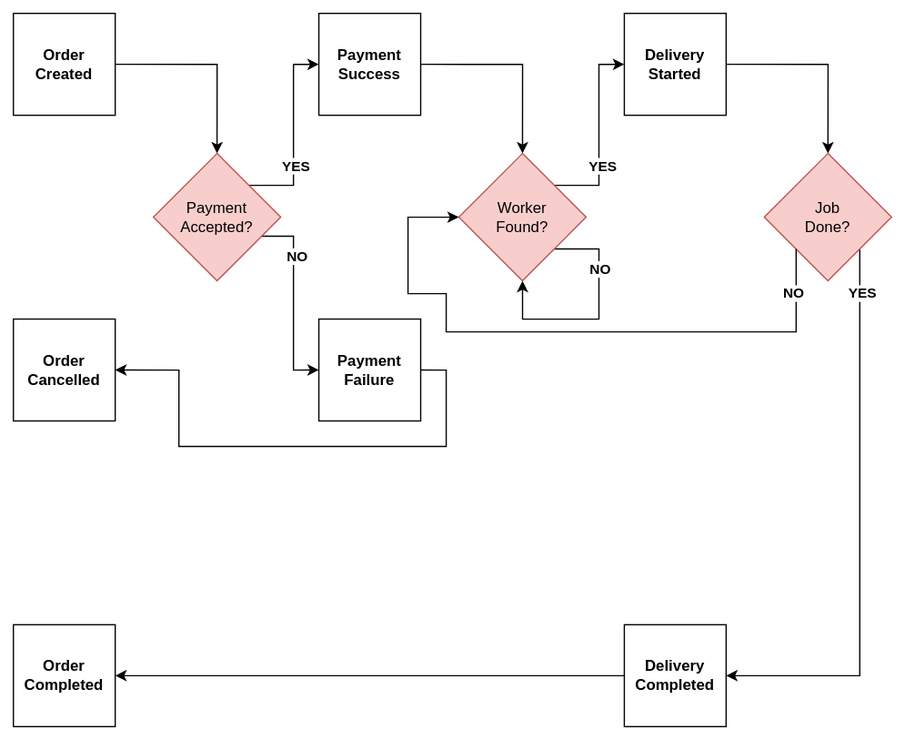
Before: Diagrams/EventFlow.drawio.svg, a diagram exported from draw.io (dleclercpro/EventDrivenArchitecturePlayground). Source tidied: cells renumbered, new cells last; positions are measured from the earlier drawing's top-left corner, leaving out a move shared by most shapes.
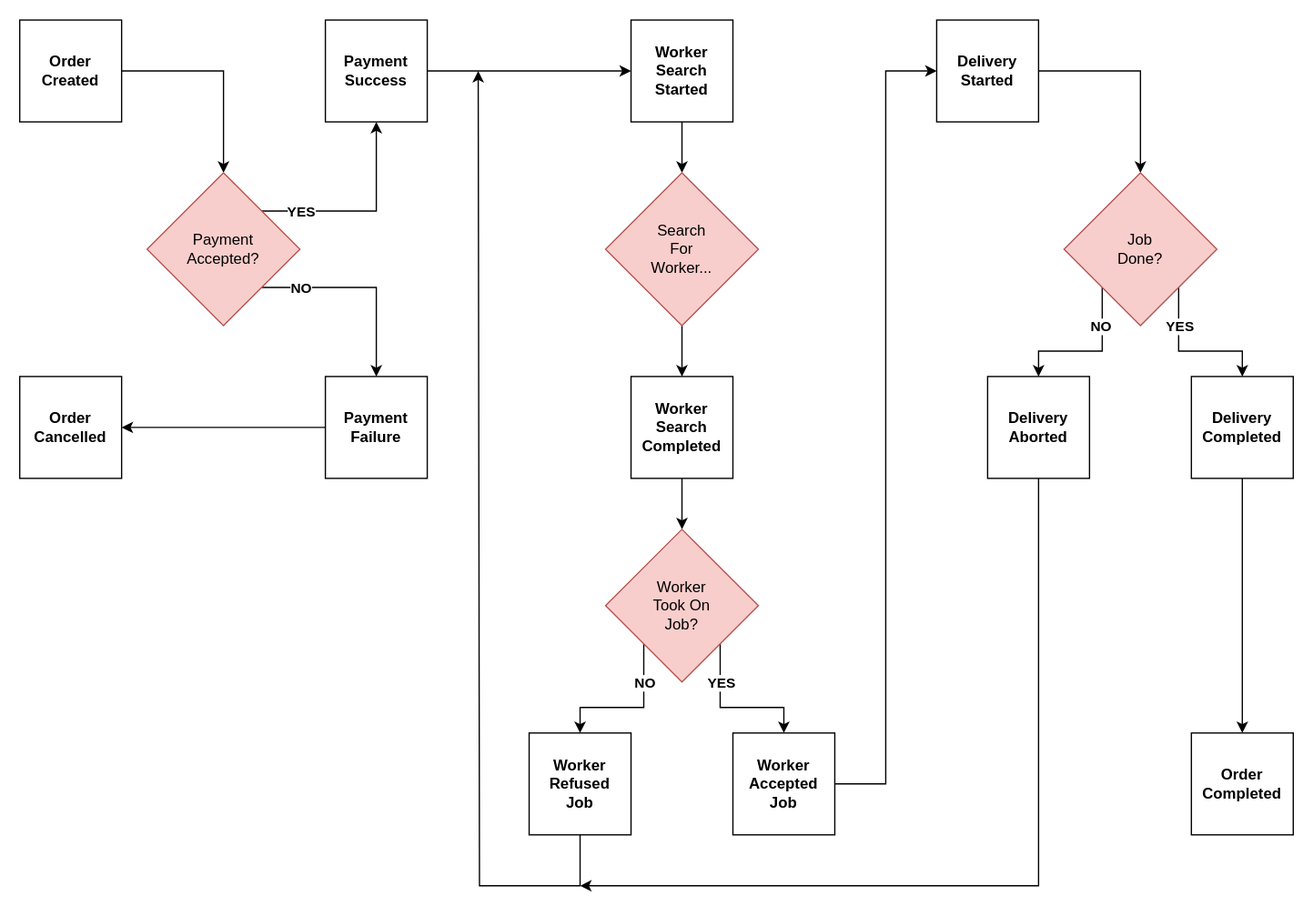
After the change.

Commit message:
New diagram representing flow with new events.

What changed in the source:
```diff
@@ -5,138 +5,153 @@
     <mxCell id="2" style="edgeStyle=orthogonalEdgeStyle;rounded=0;jettySize=auto;html=1;exitX=1;exitY=0.5;exitDx=0;exitDy=0;entryX=0.5;entryY=0;entryDx=0;entryDy=0;fontStyle=0;" parent="1" edge="1" source="3" target="18">
       <mxGeometry relative="1" as="geometry" />
     </mxCell>
-    <mxCell id="3" value="&lt;span&gt;Order&lt;br&gt;Created&lt;/span&gt;" style="whiteSpace=wrap;html=1;fontStyle=1;" parent="1" vertex="1">
+    <mxCell id="3" value="&lt;span&gt;Order&lt;br&gt;Created&lt;/span&gt;" style="whiteSpace=wrap;html=1;fontStyle=1;rounded=0;glass=0;" parent="1" vertex="1">
       <mxGeometry width="80" height="80" as="geometry" />
     </mxCell>
     <mxCell id="4" value="&lt;span&gt;Order&lt;br&gt;Cancelled&lt;/span&gt;" style="whiteSpace=wrap;html=1;fontStyle=1;" parent="1" vertex="1">
-      <mxGeometry y="240" width="80" height="80" as="geometry" />
+      <mxGeometry y="280" width="80" height="80" as="geometry" />
     </mxCell>
-    <mxCell id="5" style="edgeStyle=orthogonalEdgeStyle;rounded=0;jettySize=auto;html=1;exitX=1;exitY=0.5;exitDx=0;exitDy=0;entryX=0.5;entryY=0;entryDx=0;entryDy=0;fontStyle=0;" parent="1" edge="1" source="6" target="21">
+    <mxCell id="5" style="edgeStyle=orthogonalEdgeStyle;rounded=0;jettySize=auto;html=1;exitX=1;exitY=0.5;exitDx=0;exitDy=0;entryX=0.5;entryY=0;entryDx=0;entryDy=0;" parent="1" edge="1" source="6" target="21">
       <mxGeometry relative="1" as="geometry" />
     </mxCell>
     <mxCell id="6" value="&lt;span&gt;Delivery&lt;br&gt;Started&lt;/span&gt;" style="whiteSpace=wrap;html=1;fontStyle=1;" parent="1" vertex="1">
-      <mxGeometry x="480" width="80" height="80" as="geometry" />
+      <mxGeometry x="720" width="80" height="80" as="geometry" />
     </mxCell>
-    <mxCell id="7" style="edgeStyle=orthogonalEdgeStyle;rounded=0;jettySize=auto;html=1;entryX=1;entryY=0.5;entryDx=0;entryDy=0;fontStyle=0;" parent="1" edge="1" source="8" target="13">
+    <mxCell id="7" style="edgeStyle=orthogonalEdgeStyle;rounded=0;jettySize=auto;html=1;exitX=0.5;exitY=1;exitDx=0;exitDy=0;entryX=0.5;entryY=0;entryDx=0;entryDy=0;" parent="1" edge="1" source="8" target="13">
       <mxGeometry relative="1" as="geometry" />
     </mxCell>
     <mxCell id="8" value="&lt;span&gt;Delivery&lt;br&gt;Completed&lt;/span&gt;" style="whiteSpace=wrap;html=1;fontStyle=1;" parent="1" vertex="1">
-      <mxGeometry x="480" y="480" width="80" height="80" as="geometry" />
+      <mxGeometry x="920" y="280" width="80" height="80" as="geometry" />
     </mxCell>
-    <mxCell id="9" style="edgeStyle=orthogonalEdgeStyle;rounded=0;jettySize=auto;html=1;exitX=1;exitY=0.5;exitDx=0;exitDy=0;entryX=0.5;entryY=0;entryDx=0;entryDy=0;fontStyle=0;" parent="1" edge="1" source="10" target="26">
-      <mxGeometry relative="1" as="geometry" />
-    </mxCell>
+    <mxCell id="29" style="edgeStyle=orthogonalEdgeStyle;rounded=0;jettySize=auto;html=1;exitX=1;exitY=0.5;exitDx=0;exitDy=0;entryX=0;entryY=0.5;entryDx=0;entryDy=0;" parent="1" edge="1" source="10" target="33">
+      <mxGeometry relative="1" as="geometry" />
+    </mxCell>
     <mxCell id="10" value="&lt;span&gt;Payment&lt;br&gt;Success&lt;/span&gt;" style="whiteSpace=wrap;html=1;fontStyle=1;" parent="1" vertex="1">
       <mxGeometry x="240" width="80" height="80" as="geometry" />
     </mxCell>
-    <mxCell id="11" style="edgeStyle=orthogonalEdgeStyle;rounded=0;jettySize=auto;html=1;exitX=1;exitY=0.5;exitDx=0;exitDy=0;entryX=1;entryY=0.5;entryDx=0;entryDy=0;fontStyle=0;" parent="1" edge="1" source="12" target="4">
-      <mxGeometry relative="1" as="geometry">
-        <Array as="points">
-          <mxPoint x="340" y="280" />
-          <mxPoint x="340" y="340" />
-          <mxPoint x="130" y="340" />
-          <mxPoint x="130" y="280" />
-        </Array>
-      </mxGeometry>
+    <mxCell id="11" style="edgeStyle=orthogonalEdgeStyle;rounded=0;jettySize=auto;html=1;exitX=0;exitY=0.5;exitDx=0;exitDy=0;entryX=1;entryY=0.5;entryDx=0;entryDy=0;" parent="1" edge="1" source="12" target="4">
+      <mxGeometry relative="1" as="geometry" />
     </mxCell>
     <mxCell id="12" value="&lt;span&gt;Payment&lt;br&gt;Failure&lt;/span&gt;" style="whiteSpace=wrap;html=1;fontStyle=1;" parent="1" vertex="1">
-      <mxGeometry x="240" y="240" width="80" height="80" as="geometry" />
+      <mxGeometry x="240" y="280" width="80" height="80" as="geometry" />
     </mxCell>
     <mxCell id="13" value="&lt;span&gt;Order&lt;br&gt;Completed&lt;/span&gt;" style="whiteSpace=wrap;html=1;fontStyle=1;" parent="1" vertex="1">
-      <mxGeometry y="480" width="80" height="80" as="geometry" />
+      <mxGeometry x="920" y="560" width="80" height="80" as="geometry" />
     </mxCell>
-    <mxCell id="14" style="edgeStyle=orthogonalEdgeStyle;rounded=0;jettySize=auto;html=1;exitX=1;exitY=0;exitDx=0;exitDy=0;entryX=0;entryY=0.5;entryDx=0;entryDy=0;fontStyle=0;" parent="1" edge="1" source="18" target="10">
-      <mxGeometry relative="1" as="geometry">
-        <Array as="points">
-          <mxPoint x="220" y="135" />
-          <mxPoint x="220" y="40" />
-        </Array>
-      </mxGeometry>
+    <mxCell id="14" style="edgeStyle=orthogonalEdgeStyle;rounded=0;jettySize=auto;html=1;exitX=1;exitY=0;exitDx=0;exitDy=0;entryX=0.5;entryY=1;entryDx=0;entryDy=0;" parent="1" edge="1" source="18" target="10">
+      <mxGeometry relative="1" as="geometry" />
     </mxCell>
-    <mxCell id="15" value="YES" style="edgeLabel;html=1;align=center;verticalAlign=middle;fontStyle=1;" parent="14" vertex="1">
-      <mxGeometry x="0.01" y="-1" relative="1" as="geometry">
-        <mxPoint y="25" as="offset" />
-      </mxGeometry>
-    </mxCell>
+    <mxCell id="30" value="&lt;b&gt;YES&lt;/b&gt;" style="edgeLabel;html=1;align=center;verticalAlign=middle;" parent="14" vertex="1">
+      <mxGeometry x="-0.6" y="-3" relative="1" as="geometry">
+        <mxPoint x="-2" y="-3" as="offset" />
+      </mxGeometry>
+    </mxCell>
-    <mxCell id="16" style="edgeStyle=orthogonalEdgeStyle;rounded=0;jettySize=auto;html=1;exitX=1;exitY=1;exitDx=0;exitDy=0;entryX=0;entryY=0.5;entryDx=0;entryDy=0;fontStyle=0;" parent="1" edge="1" source="18" target="12">
-      <mxGeometry relative="1" as="geometry">
-        <Array as="points">
-          <mxPoint x="185" y="175" />
-          <mxPoint x="220" y="175" />
-          <mxPoint x="220" y="280" />
-        </Array>
-      </mxGeometry>
+    <mxCell id="16" style="edgeStyle=orthogonalEdgeStyle;rounded=0;jettySize=auto;html=1;exitX=1;exitY=1;exitDx=0;exitDy=0;entryX=0.5;entryY=0;entryDx=0;entryDy=0;" parent="1" edge="1" source="18" target="12">
+      <mxGeometry relative="1" as="geometry" />
     </mxCell>
-    <mxCell id="17" value="NO" style="edgeLabel;html=1;align=center;verticalAlign=middle;fontStyle=1;" parent="16" vertex="1">
-      <mxGeometry x="-0.1" y="2" relative="1" as="geometry">
-        <mxPoint y="-16" as="offset" />
-      </mxGeometry>
-    </mxCell>
+    <mxCell id="31" value="&lt;b&gt;NO&lt;/b&gt;" style="edgeLabel;html=1;align=center;verticalAlign=middle;" parent="16" vertex="1">
+      <mxGeometry x="-0.62" y="-4" relative="1" as="geometry">
+        <mxPoint x="-1" y="-4" as="offset" />
+      </mxGeometry>
+    </mxCell>
     <mxCell id="18" value="Payment&lt;br&gt;Accepted?" style="rhombus;whiteSpace=wrap;html=1;fillColor=#f8cecc;strokeColor=#b85450;fontStyle=0;" parent="1" vertex="1">
-      <mxGeometry x="110" y="110" width="100" height="100" as="geometry" />
+      <mxGeometry x="100" y="120" width="120" height="120" as="geometry" />
     </mxCell>
+    <mxCell id="32" style="edgeStyle=orthogonalEdgeStyle;rounded=0;jettySize=auto;html=1;exitX=0.5;exitY=1;exitDx=0;exitDy=0;entryX=0.5;entryY=0;entryDx=0;entryDy=0;" parent="1" edge="1" source="33" target="43">
+      <mxGeometry relative="1" as="geometry" />
+    </mxCell>
+    <mxCell id="33" value="Worker&lt;br&gt;Search&lt;br&gt;Started" style="whiteSpace=wrap;html=1;fontStyle=1;" parent="1" vertex="1">
+      <mxGeometry x="480" width="80" height="80" as="geometry" />
+    </mxCell>
+    <mxCell id="34" style="edgeStyle=orthogonalEdgeStyle;rounded=0;jettySize=auto;html=1;exitX=0.5;exitY=1;exitDx=0;exitDy=0;" parent="1" edge="1" source="35">
+      <mxGeometry relative="1" as="geometry">
+        <mxPoint x="440" y="680" as="targetPoint" />
+        <Array as="points">
+          <mxPoint x="800" y="680" />
+          <mxPoint x="440" y="680" />
+        </Array>
+      </mxGeometry>
+    </mxCell>
+    <mxCell id="35" value="Delivery&lt;br&gt;Aborted" style="whiteSpace=wrap;html=1;fontStyle=1;" parent="1" vertex="1">
+      <mxGeometry x="760" y="280" width="80" height="80" as="geometry" />
+    </mxCell>
+    <mxCell id="36" style="edgeStyle=orthogonalEdgeStyle;rounded=0;jettySize=auto;html=1;exitX=0.5;exitY=1;exitDx=0;exitDy=0;entryX=0.5;entryY=0;entryDx=0;entryDy=0;" parent="1" edge="1" source="37" target="48">
+      <mxGeometry relative="1" as="geometry" />
+    </mxCell>
+    <mxCell id="37" value="Worker&lt;br&gt;Search&lt;br&gt;Completed" style="whiteSpace=wrap;html=1;fontStyle=1;" parent="1" vertex="1">
+      <mxGeometry x="480" y="280" width="80" height="80" as="geometry" />
+    </mxCell>
+    <mxCell id="38" style="edgeStyle=orthogonalEdgeStyle;rounded=0;jettySize=auto;html=1;exitX=1;exitY=0.5;exitDx=0;exitDy=0;entryX=0;entryY=0.5;entryDx=0;entryDy=0;" parent="1" edge="1" source="39" target="6">
+      <mxGeometry relative="1" as="geometry">
+        <Array as="points">
+          <mxPoint x="680" y="600" />
+          <mxPoint x="680" y="40" />
+        </Array>
+      </mxGeometry>
+    </mxCell>
+    <mxCell id="39" value="Worker&lt;br&gt;Accepted&lt;br&gt;Job" style="whiteSpace=wrap;html=1;fontStyle=1;" parent="1" vertex="1">
+      <mxGeometry x="560" y="560" width="80" height="80" as="geometry" />
+    </mxCell>
+    <mxCell id="40" style="edgeStyle=orthogonalEdgeStyle;rounded=0;jettySize=auto;html=1;exitX=0.5;exitY=1;exitDx=0;exitDy=0;" parent="1" edge="1" source="41">
+      <mxGeometry relative="1" as="geometry">
+        <mxPoint x="360" y="40" as="targetPoint" />
+        <Array as="points">
+          <mxPoint x="440" y="680" />
+          <mxPoint x="361" y="680" />
+        </Array>
+      </mxGeometry>
+    </mxCell>
+    <mxCell id="41" value="Worker&lt;br&gt;Refused&lt;br&gt;Job" style="whiteSpace=wrap;html=1;fontStyle=1;" parent="1" vertex="1">
+      <mxGeometry x="400" y="560" width="80" height="80" as="geometry" />
+    </mxCell>
+    <mxCell id="42" style="edgeStyle=orthogonalEdgeStyle;rounded=0;jettySize=auto;html=1;exitX=0.5;exitY=1;exitDx=0;exitDy=0;entryX=0.5;entryY=0;entryDx=0;entryDy=0;" parent="1" edge="1" source="43" target="37">
+      <mxGeometry relative="1" as="geometry" />
+    </mxCell>
+    <mxCell id="43" value="Search&lt;br&gt;For&lt;br&gt;Worker..." style="rhombus;whiteSpace=wrap;html=1;fillColor=#f8cecc;strokeColor=#b85450;fontStyle=0;" parent="1" vertex="1">
+      <mxGeometry x="460" y="120" width="120" height="120" as="geometry" />
+    </mxCell>
+    <mxCell id="44" style="edgeStyle=orthogonalEdgeStyle;rounded=0;jettySize=auto;html=1;exitX=0;exitY=1;exitDx=0;exitDy=0;" parent="1" edge="1" source="48" target="41">
+      <mxGeometry relative="1" as="geometry" />
+    </mxCell>
+    <mxCell id="45" value="&lt;b&gt;NO&lt;/b&gt;" style="edgeLabel;html=1;align=center;verticalAlign=middle;" parent="44" vertex="1">
+      <mxGeometry x="-0.46" relative="1" as="geometry">
+        <mxPoint y="-2" as="offset" />
+      </mxGeometry>
+    </mxCell>
+    <mxCell id="46" style="edgeStyle=orthogonalEdgeStyle;rounded=0;jettySize=auto;html=1;exitX=1;exitY=1;exitDx=0;exitDy=0;entryX=0.5;entryY=0;entryDx=0;entryDy=0;" parent="1" edge="1" source="48" target="39">
+      <mxGeometry relative="1" as="geometry">
+        <Array as="points">
+          <mxPoint x="550" y="540" />
+          <mxPoint x="600" y="540" />
+        </Array>
+      </mxGeometry>
+    </mxCell>
+    <mxCell id="47" value="&lt;b&gt;YES&lt;/b&gt;" style="edgeLabel;html=1;align=center;verticalAlign=middle;" parent="46" vertex="1">
+      <mxGeometry x="-0.48" relative="1" as="geometry">
+        <mxPoint y="-1" as="offset" />
+      </mxGeometry>
+    </mxCell>
+    <mxCell id="48" value="Worker&lt;br&gt;Took On&lt;br&gt;Job?" style="rhombus;whiteSpace=wrap;html=1;fillColor=#f8cecc;strokeColor=#b85450;fontStyle=0;" parent="1" vertex="1">
+      <mxGeometry x="460" y="400" width="120" height="120" as="geometry" />
+    </mxCell>
+    <mxCell id="49" style="edgeStyle=orthogonalEdgeStyle;rounded=0;jettySize=auto;html=1;exitX=0;exitY=1;exitDx=0;exitDy=0;entryX=0.5;entryY=0;entryDx=0;entryDy=0;" parent="1" edge="1" source="21" target="35">
+      <mxGeometry relative="1" as="geometry" />
+    </mxCell>
+    <mxCell id="50" value="&lt;b&gt;NO&lt;br&gt;&lt;/b&gt;" style="edgeLabel;html=1;align=center;verticalAlign=middle;" parent="49" vertex="1">
+      <mxGeometry x="-0.48" y="-2" relative="1" as="geometry">
+        <mxPoint y="-1" as="offset" />
+      </mxGeometry>
+    </mxCell>
-    <mxCell id="19" style="edgeStyle=orthogonalEdgeStyle;rounded=0;jettySize=auto;html=1;exitX=1;exitY=1;exitDx=0;exitDy=0;entryX=1;entryY=0.5;entryDx=0;entryDy=0;fontStyle=0;" parent="1" edge="1" source="21" target="8">
-      <mxGeometry relative="1" as="geometry">
-        <Array as="points">
-          <mxPoint x="665" y="520" />
-        </Array>
-      </mxGeometry>
+    <mxCell id="19" style="edgeStyle=orthogonalEdgeStyle;rounded=0;jettySize=auto;html=1;exitX=1;exitY=1;exitDx=0;exitDy=0;" parent="1" edge="1" source="21" target="8">
+      <mxGeometry relative="1" as="geometry" />
     </mxCell>
-    <mxCell id="20" value="&lt;b&gt;YES&lt;/b&gt;" style="edgeLabel;html=1;align=center;verticalAlign=middle;" parent="19" vertex="1">
-      <mxGeometry x="-0.83" y="1" relative="1" as="geometry">
-        <mxPoint y="-3" as="offset" />
-      </mxGeometry>
-    </mxCell>
+    <mxCell id="51" value="&lt;b&gt;YES&lt;/b&gt;" style="edgeLabel;html=1;align=center;verticalAlign=middle;" parent="19" vertex="1">
+      <mxGeometry x="-0.56" y="-4" relative="1" as="geometry">
+        <mxPoint x="4" y="4" as="offset" />
+      </mxGeometry>
+    </mxCell>
     <mxCell id="21" value="Job&lt;br&gt;Done?" style="rhombus;whiteSpace=wrap;html=1;fillColor=#f8cecc;strokeColor=#b85450;fontStyle=0;" parent="1" vertex="1">
-      <mxGeometry x="590" y="110" width="100" height="100" as="geometry" />
+      <mxGeometry x="820" y="120" width="120" height="120" as="geometry" />
     </mxCell>
-    <mxCell id="22" style="edgeStyle=orthogonalEdgeStyle;rounded=0;jettySize=auto;html=1;exitX=1;exitY=0;exitDx=0;exitDy=0;entryX=0;entryY=0.5;entryDx=0;entryDy=0;fontStyle=0;" parent="1" edge="1" source="26" target="6">
-      <mxGeometry relative="1" as="geometry">
-        <Array as="points">
-          <mxPoint x="460" y="135" />
-          <mxPoint x="460" y="40" />
-        </Array>
-      </mxGeometry>
-    </mxCell>
-    <mxCell id="23" value="YES" style="edgeLabel;html=1;align=center;verticalAlign=middle;fontStyle=1;" parent="22" vertex="1">
-      <mxGeometry x="-0.26" y="-2" relative="1" as="geometry">
-        <mxPoint y="5" as="offset" />
-      </mxGeometry>
-    </mxCell>
-    <mxCell id="24" style="edgeStyle=orthogonalEdgeStyle;rounded=0;orthogonalLoop=1;jettySize=auto;html=1;exitX=1;exitY=1;exitDx=0;exitDy=0;entryX=0.5;entryY=1;entryDx=0;entryDy=0;fontStyle=0;" parent="1" edge="1" source="26" target="26">
-      <mxGeometry relative="1" as="geometry">
-        <Array as="points">
-          <mxPoint x="460" y="185" />
-          <mxPoint x="460" y="240" />
-          <mxPoint x="400" y="240" />
-        </Array>
-      </mxGeometry>
-    </mxCell>
-    <mxCell id="25" value="&lt;span&gt;NO&lt;/span&gt;" style="edgeLabel;html=1;align=center;verticalAlign=middle;fontStyle=1;" parent="24" vertex="1">
-      <mxGeometry x="-0.25" relative="1" as="geometry">
-        <mxPoint y="-17" as="offset" />
-      </mxGeometry>
-    </mxCell>
-    <mxCell id="26" value="Worker&lt;br&gt;Found?" style="rhombus;whiteSpace=wrap;html=1;fillColor=#f8cecc;strokeColor=#b85450;fontStyle=0;" parent="1" vertex="1">
-      <mxGeometry x="350" y="110" width="100" height="100" as="geometry" />
-    </mxCell>
-    <mxCell id="27" style="edgeStyle=orthogonalEdgeStyle;rounded=0;orthogonalLoop=1;jettySize=auto;html=1;exitX=0;exitY=1;exitDx=0;exitDy=0;entryX=0;entryY=0.5;entryDx=0;entryDy=0;fontStyle=0;" parent="1" edge="1">
-      <mxGeometry relative="1" as="geometry">
-        <mxPoint x="615" y="185" as="sourcePoint" />
-        <mxPoint x="350" y="160" as="targetPoint" />
-        <Array as="points">
-          <mxPoint x="615" y="250" />
-          <mxPoint x="340" y="250" />
-          <mxPoint x="340" y="220" />
-          <mxPoint x="310" y="220" />
-          <mxPoint x="310" y="160" />
-        </Array>
-      </mxGeometry>
-    </mxCell>
-    <mxCell id="28" value="&lt;span&gt;NO&lt;/span&gt;" style="edgeLabel;html=1;align=center;verticalAlign=middle;fontStyle=1;" parent="27" vertex="1">
-      <mxGeometry x="-0.77" y="-3" relative="1" as="geometry">
-        <mxPoint y="-23" as="offset" />
-      </mxGeometry>
-    </mxCell>
   </root>
 </mxGraphModel>
```
